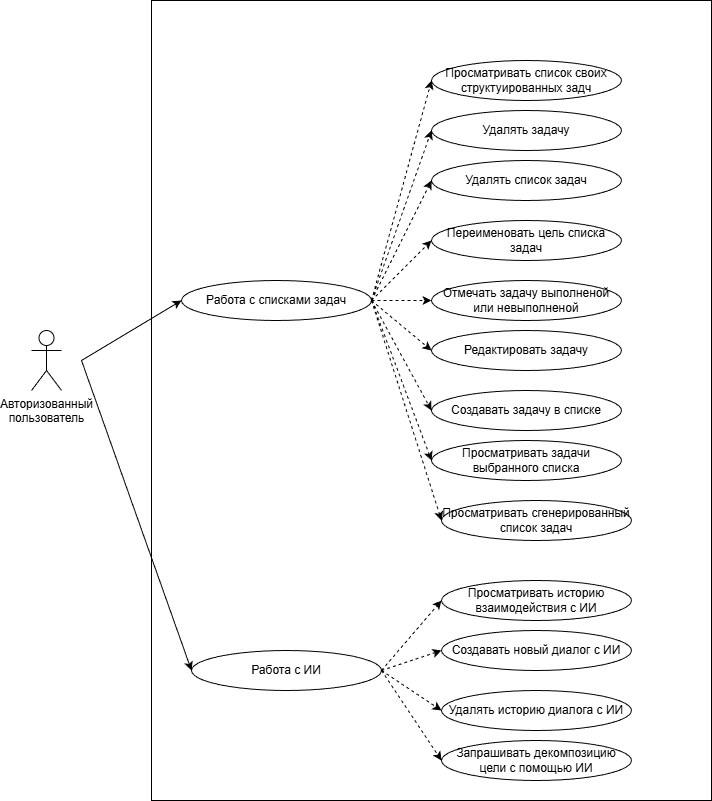
The draw.io diagram TargetLayer (личное планирование) прицедентов.png in AleksandrMeshkov/Diplom, before a commit. Source tidied: cells renumbered, new cells last; positions are measured from the earlier drawing's top-left corner, leaving out a move shared by most shapes.
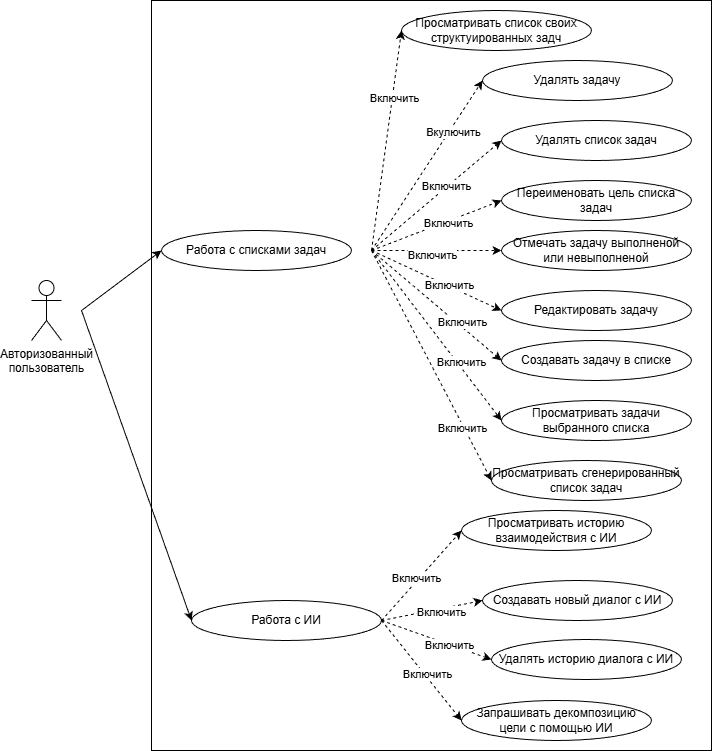
The same diagram one commit later.

Change to the diagram source:
```diff
@@ -3,131 +3,175 @@
     <mxCell id="0" />
     <mxCell id="1" parent="0" />
     <mxCell id="2" value="Авторизованный&lt;div&gt;пользователь&lt;/div&gt;" style="shape=umlActor;verticalLabelPosition=bottom;verticalAlign=top;html=1;" parent="1" vertex="1">
-      <mxGeometry y="330" width="30" height="60" as="geometry" />
+      <mxGeometry x="580" y="770" width="30" height="60" as="geometry" />
     </mxCell>
-    <mxCell id="3" style="rounded=0;whiteSpace=wrap;html=1;" parent="1" vertex="1">
-      <mxGeometry x="120" width="560" height="800" as="geometry" />
-    </mxCell>
+    <mxCell id="34" style="rounded=0;whiteSpace=wrap;html=1;" parent="1" vertex="1">
+      <mxGeometry x="700" y="490" width="560" height="750" as="geometry" />
+    </mxCell>
     <mxCell id="4" value="Работа с ИИ" style="ellipse;whiteSpace=wrap;html=1;" parent="1" vertex="1">
-      <mxGeometry x="160" y="650" width="190" height="40" as="geometry" />
+      <mxGeometry x="740" y="1090" width="190" height="40" as="geometry" />
     </mxCell>
     <mxCell id="5" value="Удалять историю диалога с ИИ" style="ellipse;whiteSpace=wrap;html=1;" parent="1" vertex="1">
-      <mxGeometry x="410" y="690" width="190" height="40" as="geometry" />
+      <mxGeometry x="1040" y="1129" width="190" height="40" as="geometry" />
     </mxCell>
     <mxCell id="6" value="Создавать новый диалог с ИИ" style="ellipse;whiteSpace=wrap;html=1;" parent="1" vertex="1">
-      <mxGeometry x="410" y="630" width="190" height="40" as="geometry" />
+      <mxGeometry x="1031" y="1070" width="190" height="40" as="geometry" />
     </mxCell>
     <mxCell id="7" value="Просматривать историю взаимодействия с ИИ" style="ellipse;whiteSpace=wrap;html=1;" parent="1" vertex="1">
-      <mxGeometry x="410" y="580" width="190" height="40" as="geometry" />
+      <mxGeometry x="1010" y="1000" width="190" height="40" as="geometry" />
     </mxCell>
     <mxCell id="8" value="Работа с списками задач" style="ellipse;whiteSpace=wrap;html=1;" parent="1" vertex="1">
-      <mxGeometry x="150" y="280" width="190" height="40" as="geometry" />
+      <mxGeometry x="710" y="720" width="190" height="40" as="geometry" />
     </mxCell>
     <mxCell id="9" value="Удалять список задач" style="ellipse;whiteSpace=wrap;html=1;" parent="1" vertex="1">
-      <mxGeometry x="400" y="160" width="190" height="40" as="geometry" />
+      <mxGeometry x="1050" y="610" width="190" height="40" as="geometry" />
     </mxCell>
     <mxCell id="10" value="Переименовать цель списка задач" style="ellipse;whiteSpace=wrap;html=1;" parent="1" vertex="1">
-      <mxGeometry x="400" y="220" width="190" height="40" as="geometry" />
+      <mxGeometry x="1050" y="670" width="190" height="40" as="geometry" />
     </mxCell>
     <mxCell id="11" value="Удалять задачу" style="ellipse;whiteSpace=wrap;html=1;" parent="1" vertex="1">
-      <mxGeometry x="400" y="110" width="190" height="40" as="geometry" />
+      <mxGeometry x="1031" y="550" width="190" height="40" as="geometry" />
     </mxCell>
     <mxCell id="12" value="Отмечать задачу выполненой или невыполненой" style="ellipse;whiteSpace=wrap;html=1;" parent="1" vertex="1">
-      <mxGeometry x="400" y="280" width="190" height="40" as="geometry" />
+      <mxGeometry x="1050" y="720" width="190" height="40" as="geometry" />
     </mxCell>
     <mxCell id="13" value="Редактировать задачу" style="ellipse;whiteSpace=wrap;html=1;" parent="1" vertex="1">
-      <mxGeometry x="400" y="330" width="190" height="40" as="geometry" />
+      <mxGeometry x="1050" y="780" width="190" height="40" as="geometry" />
     </mxCell>
     <mxCell id="14" value="Создавать задачу в списке" style="ellipse;whiteSpace=wrap;html=1;" parent="1" vertex="1">
-      <mxGeometry x="400" y="390" width="190" height="40" as="geometry" />
+      <mxGeometry x="1050" y="830" width="190" height="40" as="geometry" />
     </mxCell>
     <mxCell id="15" value="Просматривать задачи выбранного списка" style="ellipse;whiteSpace=wrap;html=1;" parent="1" vertex="1">
-      <mxGeometry x="400" y="440" width="190" height="40" as="geometry" />
+      <mxGeometry x="1050" y="890" width="190" height="40" as="geometry" />
     </mxCell>
     <mxCell id="16" value="Просматривать список своих структуированных задч" style="ellipse;whiteSpace=wrap;html=1;" parent="1" vertex="1">
-      <mxGeometry x="400" y="60" width="190" height="40" as="geometry" />
+      <mxGeometry x="950" y="500" width="190" height="40" as="geometry" />
     </mxCell>
     <mxCell id="17" value="Просматривать сгенерированный список задач" style="ellipse;whiteSpace=wrap;html=1;" parent="1" vertex="1">
-      <mxGeometry x="410" y="500" width="190" height="40" as="geometry" />
+      <mxGeometry x="1040" y="950" width="190" height="40" as="geometry" />
     </mxCell>
     <mxCell id="18" value="Запрашивать декомпозицию цели с помощью ИИ" style="ellipse;whiteSpace=wrap;html=1;" parent="1" vertex="1">
-      <mxGeometry x="410" y="740" width="190" height="40" as="geometry" />
+      <mxGeometry x="1010" y="1190" width="190" height="40" as="geometry" />
     </mxCell>
-    <mxCell id="19" style="endArrow=classic;html=1;rounded=0;entryX=0;entryY=0.5;entryDx=0;entryDy=0;" parent="1" edge="1" target="8">
-      <mxGeometry relative="1" as="geometry">
-        <mxPoint x="50" y="360" as="sourcePoint" />
-      </mxGeometry>
-    </mxCell>
-    <mxCell id="20" style="endArrow=classic;html=1;rounded=0;entryX=0;entryY=0.5;entryDx=0;entryDy=0;" parent="1" edge="1" target="4">
-      <mxGeometry relative="1" as="geometry">
-        <mxPoint x="50" y="360" as="sourcePoint" />
-      </mxGeometry>
-    </mxCell>
-    <mxCell id="21" style="endArrow=classic;html=1;rounded=0;entryX=0;entryY=0.5;entryDx=0;entryDy=0;dashed=1;" parent="1" edge="1" target="16">
-      <mxGeometry relative="1" as="geometry">
-        <mxPoint x="340" y="300" as="sourcePoint" />
-      </mxGeometry>
-    </mxCell>
-    <mxCell id="22" style="endArrow=classic;html=1;rounded=0;entryX=0;entryY=0.5;entryDx=0;entryDy=0;dashed=1;" parent="1" edge="1" target="11">
-      <mxGeometry relative="1" as="geometry">
-        <mxPoint x="340" y="300" as="sourcePoint" />
-      </mxGeometry>
-    </mxCell>
-    <mxCell id="23" style="endArrow=classic;html=1;rounded=0;entryX=0;entryY=0.5;entryDx=0;entryDy=0;dashed=1;" parent="1" edge="1" target="9">
-      <mxGeometry relative="1" as="geometry">
-        <mxPoint x="340" y="300" as="sourcePoint" />
-      </mxGeometry>
-    </mxCell>
-    <mxCell id="24" style="endArrow=classic;html=1;rounded=0;entryX=0;entryY=0.5;entryDx=0;entryDy=0;dashed=1;" parent="1" edge="1" target="10">
-      <mxGeometry relative="1" as="geometry">
-        <mxPoint x="340" y="300" as="sourcePoint" />
-      </mxGeometry>
-    </mxCell>
-    <mxCell id="25" style="endArrow=classic;html=1;rounded=0;entryX=0;entryY=0.5;entryDx=0;entryDy=0;dashed=1;" parent="1" edge="1" target="12">
-      <mxGeometry relative="1" as="geometry">
-        <mxPoint x="340" y="300" as="sourcePoint" />
-      </mxGeometry>
-    </mxCell>
-    <mxCell id="26" style="endArrow=classic;html=1;rounded=0;entryX=0;entryY=0.5;entryDx=0;entryDy=0;dashed=1;" parent="1" edge="1" target="13">
-      <mxGeometry relative="1" as="geometry">
-        <mxPoint x="340" y="300" as="sourcePoint" />
-      </mxGeometry>
-    </mxCell>
-    <mxCell id="27" style="endArrow=classic;html=1;rounded=0;entryX=0;entryY=0.5;entryDx=0;entryDy=0;dashed=1;" parent="1" edge="1" target="14">
-      <mxGeometry relative="1" as="geometry">
-        <mxPoint x="340" y="300" as="sourcePoint" />
-      </mxGeometry>
-    </mxCell>
-    <mxCell id="28" style="endArrow=classic;html=1;rounded=0;entryX=0;entryY=0.5;entryDx=0;entryDy=0;dashed=1;" parent="1" edge="1" target="15">
-      <mxGeometry relative="1" as="geometry">
-        <mxPoint x="340" y="300" as="sourcePoint" />
-      </mxGeometry>
-    </mxCell>
-    <mxCell id="29" style="endArrow=classic;html=1;rounded=0;dashed=1;" parent="1" edge="1">
-      <mxGeometry relative="1" as="geometry">
-        <mxPoint x="340" y="300" as="sourcePoint" />
-        <mxPoint x="410" y="520" as="targetPoint" />
-      </mxGeometry>
-    </mxCell>
-    <mxCell id="30" style="endArrow=classic;html=1;rounded=0;entryX=0;entryY=0.5;entryDx=0;entryDy=0;dashed=1;" parent="1" edge="1" target="7">
-      <mxGeometry relative="1" as="geometry">
-        <mxPoint x="350" y="670" as="sourcePoint" />
-      </mxGeometry>
-    </mxCell>
-    <mxCell id="31" style="endArrow=classic;html=1;rounded=0;entryX=0;entryY=0.5;entryDx=0;entryDy=0;dashed=1;" parent="1" edge="1" target="6">
-      <mxGeometry relative="1" as="geometry">
-        <mxPoint x="350" y="670" as="sourcePoint" />
-      </mxGeometry>
-    </mxCell>
-    <mxCell id="32" style="endArrow=classic;html=1;rounded=0;entryX=0;entryY=0.5;entryDx=0;entryDy=0;dashed=1;" parent="1" edge="1" target="5">
-      <mxGeometry relative="1" as="geometry">
-        <mxPoint x="350" y="670" as="sourcePoint" />
-      </mxGeometry>
-    </mxCell>
-    <mxCell id="33" style="endArrow=classic;html=1;rounded=0;entryX=0;entryY=0.5;entryDx=0;entryDy=0;dashed=1;" parent="1" edge="1" target="18">
-      <mxGeometry relative="1" as="geometry">
-        <mxPoint x="350" y="670" as="sourcePoint" />
-      </mxGeometry>
-    </mxCell>
+    <mxCell id="35" style="endArrow=classic;html=1;rounded=0;entryX=0;entryY=0.5;entryDx=0;entryDy=0;" parent="1" edge="1" target="8">
+      <mxGeometry relative="1" as="geometry">
+        <mxPoint x="630" y="800" as="sourcePoint" />
+      </mxGeometry>
+    </mxCell>
+    <mxCell id="36" style="endArrow=classic;html=1;rounded=0;entryX=0;entryY=0.5;entryDx=0;entryDy=0;" parent="1" edge="1" target="4">
+      <mxGeometry relative="1" as="geometry">
+        <mxPoint x="630" y="800" as="sourcePoint" />
+      </mxGeometry>
+    </mxCell>
+    <mxCell id="37" style="endArrow=classic;html=1;rounded=0;entryX=0;entryY=0.5;entryDx=0;entryDy=0;dashed=1;" parent="1" edge="1" target="16">
+      <mxGeometry relative="1" as="geometry">
+        <mxPoint x="920" y="740" as="sourcePoint" />
+      </mxGeometry>
+    </mxCell>
+    <mxCell id="38" value="Включить" style="edgeLabel;html=1;align=center;verticalAlign=middle;" parent="37" vertex="1">
+      <mxGeometry x="0.38" y="-2" relative="1" as="geometry" />
+    </mxCell>
+    <mxCell id="39" style="endArrow=classic;html=1;rounded=0;entryX=0;entryY=0.5;entryDx=0;entryDy=0;dashed=1;" parent="1" edge="1" target="11">
+      <mxGeometry relative="1" as="geometry">
+        <mxPoint x="920" y="740" as="sourcePoint" />
+      </mxGeometry>
+    </mxCell>
+    <mxCell id="40" value="Вкулючить" style="edgeLabel;html=1;align=center;verticalAlign=middle;" parent="39" vertex="1">
+      <mxGeometry x="0.42" y="-3" relative="1" as="geometry" />
+    </mxCell>
+    <mxCell id="41" style="endArrow=classic;html=1;rounded=0;entryX=0;entryY=0.5;entryDx=0;entryDy=0;dashed=1;" parent="1" edge="1" target="9">
+      <mxGeometry relative="1" as="geometry">
+        <mxPoint x="920" y="740" as="sourcePoint" />
+      </mxGeometry>
+    </mxCell>
+    <mxCell id="42" value="Включить" style="edgeLabel;html=1;align=center;verticalAlign=middle;" parent="41" vertex="1">
+      <mxGeometry x="0.16" y="1" relative="1" as="geometry" />
+    </mxCell>
+    <mxCell id="43" style="endArrow=classic;html=1;rounded=0;entryX=0;entryY=0.5;entryDx=0;entryDy=0;dashed=1;" parent="1" edge="1" target="10">
+      <mxGeometry relative="1" as="geometry">
+        <mxPoint x="920" y="740" as="sourcePoint" />
+      </mxGeometry>
+    </mxCell>
+    <mxCell id="44" value="Включить" style="edgeLabel;html=1;align=center;verticalAlign=middle;" parent="43" vertex="1">
+      <mxGeometry x="0.16" y="-2" relative="1" as="geometry" />
+    </mxCell>
+    <mxCell id="45" style="endArrow=classic;html=1;rounded=0;entryX=0;entryY=0.5;entryDx=0;entryDy=0;dashed=1;" parent="1" edge="1" target="12">
+      <mxGeometry relative="1" as="geometry">
+        <mxPoint x="920" y="740" as="sourcePoint" />
+      </mxGeometry>
+    </mxCell>
+    <mxCell id="46" value="Включить" style="edgeLabel;html=1;align=center;verticalAlign=middle;" parent="45" vertex="1">
+      <mxGeometry x="-0.08" y="-4" relative="1" as="geometry" />
+    </mxCell>
+    <mxCell id="47" style="endArrow=classic;html=1;rounded=0;entryX=0;entryY=0.5;entryDx=0;entryDy=0;dashed=1;" parent="1" edge="1" target="13">
+      <mxGeometry relative="1" as="geometry">
+        <mxPoint x="920" y="740" as="sourcePoint" />
+      </mxGeometry>
+    </mxCell>
+    <mxCell id="48" value="Включить" style="edgeLabel;html=1;align=center;verticalAlign=middle;" parent="47" vertex="1">
+      <mxGeometry x="0.18" relative="1" as="geometry">
+        <mxPoint y="-1" as="offset" />
+      </mxGeometry>
+    </mxCell>
+    <mxCell id="49" style="endArrow=classic;html=1;rounded=0;entryX=0;entryY=0.5;entryDx=0;entryDy=0;dashed=1;" parent="1" edge="1" target="14">
+      <mxGeometry relative="1" as="geometry">
+        <mxPoint x="920" y="740" as="sourcePoint" />
+      </mxGeometry>
+    </mxCell>
+    <mxCell id="50" value="Включить" style="edgeLabel;html=1;align=center;verticalAlign=middle;" parent="49" vertex="1">
+      <mxGeometry x="0.35" y="4" relative="1" as="geometry" />
+    </mxCell>
+    <mxCell id="51" style="endArrow=classic;html=1;rounded=0;entryX=0;entryY=0.5;entryDx=0;entryDy=0;dashed=1;" parent="1" edge="1" target="15">
+      <mxGeometry relative="1" as="geometry">
+        <mxPoint x="920" y="740" as="sourcePoint" />
+      </mxGeometry>
+    </mxCell>
+    <mxCell id="52" value="Включить" style="edgeLabel;html=1;align=center;verticalAlign=middle;" parent="51" vertex="1">
+      <mxGeometry x="0.34" y="3" relative="1" as="geometry" />
+    </mxCell>
+    <mxCell id="53" style="endArrow=classic;html=1;rounded=0;dashed=1;entryX=0;entryY=0.5;entryDx=0;entryDy=0;" parent="1" edge="1" target="17">
+      <mxGeometry relative="1" as="geometry">
+        <mxPoint x="920" y="740" as="sourcePoint" />
+      </mxGeometry>
+    </mxCell>
+    <mxCell id="54" value="Включить" style="edgeLabel;html=1;align=center;verticalAlign=middle;" parent="53" vertex="1">
+      <mxGeometry x="0.54" y="-3" relative="1" as="geometry">
+        <mxPoint x="1" as="offset" />
+      </mxGeometry>
+    </mxCell>
+    <mxCell id="55" style="endArrow=classic;html=1;rounded=0;entryX=0;entryY=0.5;entryDx=0;entryDy=0;dashed=1;" parent="1" edge="1" target="7">
+      <mxGeometry relative="1" as="geometry">
+        <mxPoint x="930" y="1110" as="sourcePoint" />
+      </mxGeometry>
+    </mxCell>
+    <mxCell id="56" value="Включить" style="edgeLabel;html=1;align=center;verticalAlign=middle;" parent="55" vertex="1">
+      <mxGeometry x="-0.1" y="2" relative="1" as="geometry">
+        <mxPoint y="-1" as="offset" />
+      </mxGeometry>
+    </mxCell>
+    <mxCell id="57" style="endArrow=classic;html=1;rounded=0;entryX=0;entryY=0.5;entryDx=0;entryDy=0;dashed=1;" parent="1" edge="1" target="6">
+      <mxGeometry relative="1" as="geometry">
+        <mxPoint x="930" y="1110" as="sourcePoint" />
+      </mxGeometry>
+    </mxCell>
+    <mxCell id="58" value="Включить" style="edgeLabel;html=1;align=center;verticalAlign=middle;" parent="57" vertex="1">
+      <mxGeometry x="0.17" y="-3" relative="1" as="geometry" />
+    </mxCell>
+    <mxCell id="59" style="endArrow=classic;html=1;rounded=0;entryX=0;entryY=0.5;entryDx=0;entryDy=0;dashed=1;" parent="1" edge="1" target="5">
+      <mxGeometry relative="1" as="geometry">
+        <mxPoint x="930" y="1110" as="sourcePoint" />
+      </mxGeometry>
+    </mxCell>
+    <mxCell id="60" value="Включить" style="edgeLabel;html=1;align=center;verticalAlign=middle;" parent="59" vertex="1">
+      <mxGeometry x="0.24" relative="1" as="geometry" />
+    </mxCell>
+    <mxCell id="61" style="endArrow=classic;html=1;rounded=0;entryX=0;entryY=0.5;entryDx=0;entryDy=0;dashed=1;" parent="1" edge="1" target="18">
+      <mxGeometry relative="1" as="geometry">
+        <mxPoint x="930" y="1110" as="sourcePoint" />
+      </mxGeometry>
+    </mxCell>
+    <mxCell id="62" value="Включить" style="edgeLabel;html=1;align=center;verticalAlign=middle;" parent="61" vertex="1">
+      <mxGeometry x="0.09" y="2" relative="1" as="geometry" />
+    </mxCell>
   </root>
 </mxGraphModel>
```
